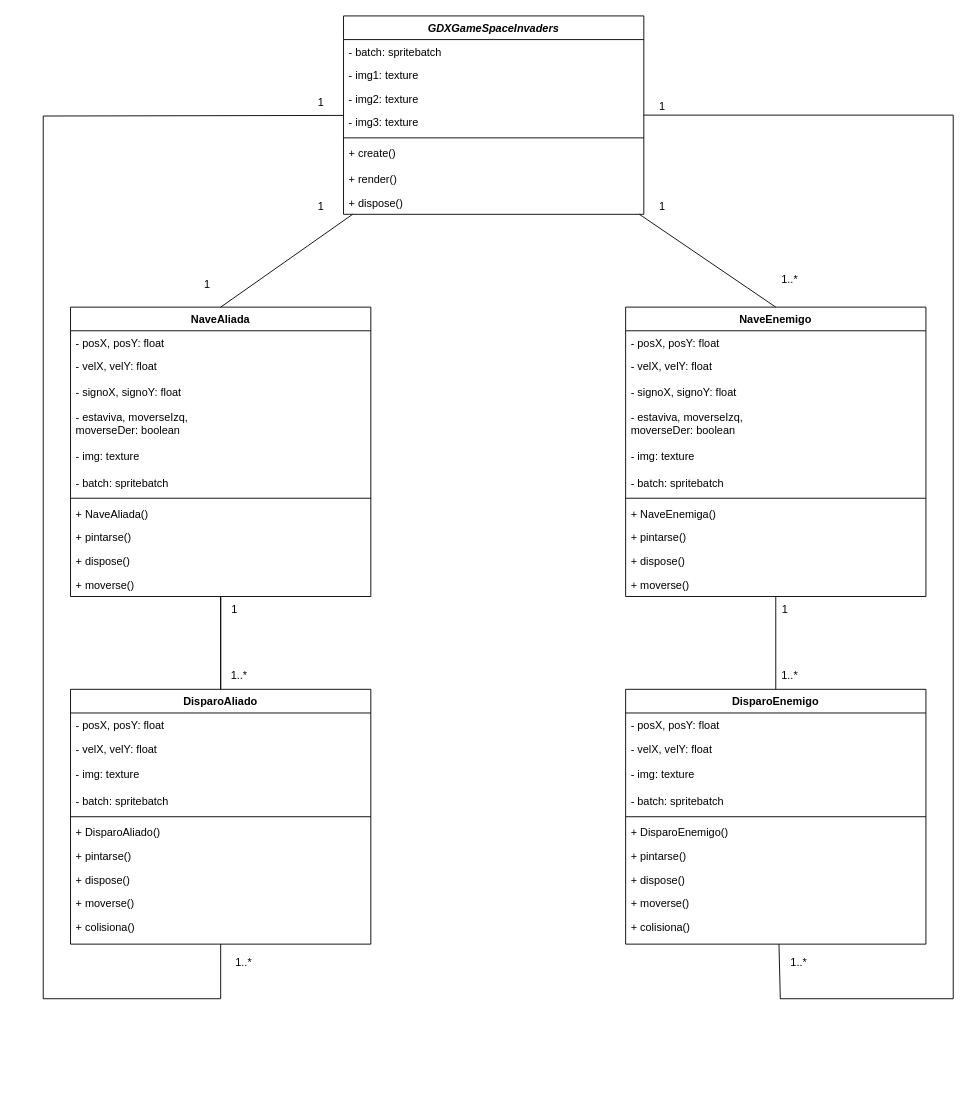
Earlier version of the draw.io diagram Diagramas/DiagramaClasesSpaceInvaders.drawio (FranBuenoBerlanga/SpaceInvadersSCRUM). Source tidied: cells renumbered, new cells numbered last; positions are measured from the earlier drawing's top-left corner, leaving out a move shared by most shapes. Both pictures are drawn from the tidied source at 91%, with x=0, y=0 at pixel (43, 15).
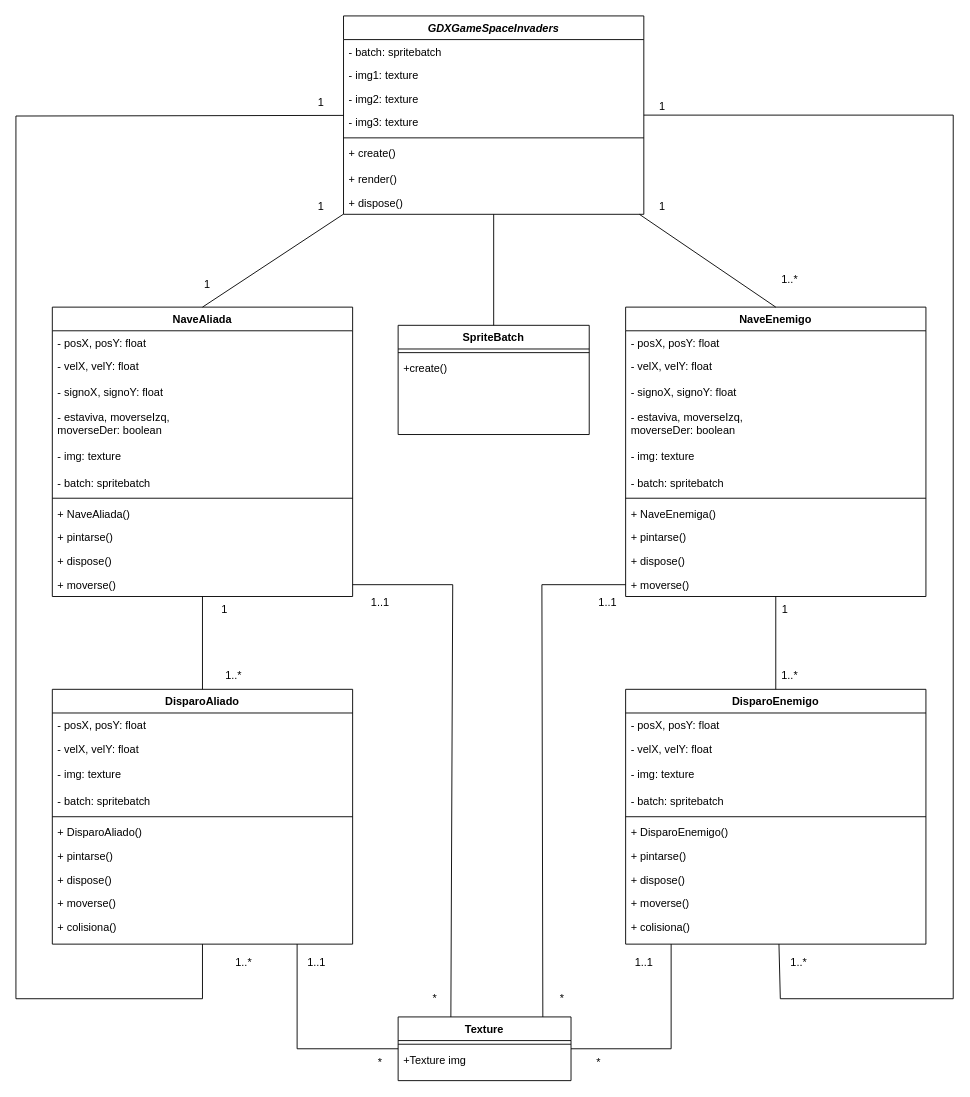
The same diagram, later.

Commit message:
Actualizacion diagrama de clases y obejetos, SpaceInvaders

Unchanged cells that the change refers to:
```xml
<mxCell id="2" value="GDXGameSpaceInvaders" style="swimlane;fontStyle=3;align=center;verticalAlign=top;horizontal=1;startSize=26;rounded=0;shadow=0;strokeWidth=1;" parent="1" vertex="1">
  <mxGeometry x="330" width="330" height="218" as="geometry" />
</mxCell>
<mxCell id="22" value="+ moverse()" style="text;align=left;verticalAlign=top;spacingLeft=4;spacingRight=4;overflow=hidden;points=[[0,0.5],[1,0.5]];portConstraint=eastwest;" parent="11" vertex="1">
  <mxGeometry y="292" width="330" height="26" as="geometry" />
</mxCell>
<mxCell id="34" value="+ moverse()" style="text;align=left;verticalAlign=top;spacingLeft=4;spacingRight=4;overflow=hidden;points=[[0,0.5],[1,0.5]];portConstraint=eastwest;" parent="23" vertex="1">
  <mxGeometry y="292" width="330" height="26" as="geometry" />
</mxCell>
```

Diff of the diagram source:
```diff
@@
     <mxCell id="11" value="NaveAliada" style="swimlane;fontStyle=1;align=center;verticalAlign=top;horizontal=1;startSize=26;rounded=0;shadow=0;strokeWidth=1;" parent="1" vertex="1">
-      <mxGeometry x="30" y="320" width="330" height="318" as="geometry" />
+      <mxGeometry x="10" y="320" width="330" height="318" as="geometry" />
     </mxCell>
@@
     <mxCell id="35" value="DisparoAliado" style="swimlane;fontStyle=1;align=center;verticalAlign=top;horizontal=1;startSize=26;rounded=0;shadow=0;strokeWidth=1;" parent="1" vertex="1">
-      <mxGeometry x="30" y="740" width="330" height="280" as="geometry" />
+      <mxGeometry x="10" y="740" width="330" height="280" as="geometry" />
     </mxCell>
@@
     <mxCell id="58" value="1..*" style="text;html=1;align=center;verticalAlign=middle;strokeColor=none;fillColor=none;" parent="1" vertex="1">
-      <mxGeometry x="195" y="710" width="40" height="30" as="geometry" />
+      <mxGeometry x="189" y="710" width="40" height="30" as="geometry" />
     </mxCell>
     <mxCell id="59" value="1" style="text;html=1;align=center;verticalAlign=middle;strokeColor=none;fillColor=none;" parent="1" vertex="1">
-      <mxGeometry x="195" y="638" width="30" height="30" as="geometry" />
+      <mxGeometry x="184" y="638" width="30" height="30" as="geometry" />
     </mxCell>
@@
-    <mxCell id="64" style="endArrow=none;html=1;rounded=0;exitX=0.5;exitY=0;exitDx=0;exitDy=0;" parent="1" edge="1">
-      <mxGeometry relative="1" as="geometry">
-        <mxPoint x="195" y="740" as="sourcePoint" />
-        <mxPoint x="195" y="638" as="targetPoint" />
-      </mxGeometry>
-    </mxCell>
@@
     <mxCell id="68" style="endArrow=none;html=1;rounded=0;exitX=0.5;exitY=1;exitDx=0;exitDy=0;" parent="1" edge="1" source="35" target="2">
       <mxGeometry relative="1" as="geometry">
         <Array as="points">
-          <mxPoint x="195" y="1080" />
-          <mxPoint y="1080" />
-          <mxPoint y="110" />
+          <mxPoint x="175" y="1080" />
+          <mxPoint x="-30" y="1080" />
+          <mxPoint x="-30" y="110" />
         </Array>
       </mxGeometry>
     </mxCell>
@@
+    <mxCell id="76" value="SpriteBatch" style="swimlane;fontStyle=1;align=center;verticalAlign=top;horizontal=1;startSize=26;rounded=0;shadow=0;strokeWidth=1;" parent="1" vertex="1">
+      <mxGeometry x="390" y="340" width="210" height="120" as="geometry" />
+    </mxCell>
+    <mxCell id="77" style="line;html=1;strokeWidth=1;align=left;verticalAlign=middle;spacingTop=-1;spacingLeft=3;spacingRight=3;labelPosition=right;" parent="76" vertex="1">
+      <mxGeometry y="26" width="210" height="8" as="geometry" />
+    </mxCell>
+    <mxCell id="78" value="+create()" style="text;align=left;verticalAlign=top;spacingLeft=4;spacingRight=4;overflow=hidden;" parent="76" vertex="1">
+      <mxGeometry y="34" width="210" height="26" as="geometry" />
+    </mxCell>
+    <mxCell id="79" value="Texture" style="swimlane;fontStyle=1;align=center;verticalAlign=top;horizontal=1;startSize=26;rounded=0;shadow=0;strokeWidth=1;" parent="1" vertex="1">
+      <mxGeometry x="390" y="1100" width="190" height="70" as="geometry" />
+    </mxCell>
+    <mxCell id="80" style="line;html=1;strokeWidth=1;align=left;verticalAlign=middle;spacingTop=-1;spacingLeft=3;spacingRight=3;labelPosition=right;" parent="79" vertex="1">
+      <mxGeometry y="26" width="190" height="8" as="geometry" />
+    </mxCell>
+    <mxCell id="81" value="+Texture img" style="text;align=left;verticalAlign=top;spacingLeft=4;spacingRight=4;overflow=hidden;" parent="79" vertex="1">
+      <mxGeometry y="34" width="190" height="26" as="geometry" />
+    </mxCell>
+    <mxCell id="82" style="endArrow=none;html=1;rounded=0;exitX=0.5;exitY=0;exitDx=0;exitDy=0;" parent="1" edge="1" source="76" target="2">
+      <mxGeometry relative="1" as="geometry" />
+    </mxCell>
+    <mxCell id="83" style="endArrow=none;html=1;rounded=0;exitX=1;exitY=0.5;exitDx=0;exitDy=0;" parent="1" edge="1" source="79">
+      <mxGeometry relative="1" as="geometry">
+        <mxPoint x="690" y="1020" as="targetPoint" />
+        <Array as="points">
+          <mxPoint x="690" y="1135" />
+        </Array>
+      </mxGeometry>
+    </mxCell>
+    <mxCell id="84" style="endArrow=none;html=1;rounded=0;exitX=0;exitY=0.5;exitDx=0;exitDy=0;" parent="1" edge="1" source="79">
+      <mxGeometry relative="1" as="geometry">
+        <mxPoint x="279" y="1020" as="targetPoint" />
+        <Array as="points">
+          <mxPoint x="279" y="1135" />
+        </Array>
+      </mxGeometry>
+    </mxCell>
+    <mxCell id="85" style="endArrow=none;html=1;rounded=0;entryX=1;entryY=0.5;entryDx=0;entryDy=0;exitX=0.305;exitY=0;exitDx=0;exitDy=0;exitPerimeter=0;" parent="1" edge="1" source="79" target="22">
+      <mxGeometry relative="1" as="geometry">
+        <Array as="points">
+          <mxPoint x="450" y="625" />
+        </Array>
+      </mxGeometry>
+    </mxCell>
+    <mxCell id="86" style="endArrow=none;html=1;rounded=0;exitX=0.837;exitY=0;exitDx=0;exitDy=0;exitPerimeter=0;entryX=0;entryY=0.5;entryDx=0;entryDy=0;" parent="1" edge="1" source="79" target="34">
+      <mxGeometry relative="1" as="geometry">
+        <Array as="points">
+          <mxPoint x="548" y="625" />
+        </Array>
+      </mxGeometry>
+    </mxCell>
+    <mxCell id="87" value="1..1" style="text;html=1;align=center;verticalAlign=middle;strokeColor=none;fillColor=none;" parent="1" vertex="1">
+      <mxGeometry x="640" y="1025" width="40" height="30" as="geometry" />
+    </mxCell>
+    <mxCell id="88" value="1..1" style="text;html=1;align=center;verticalAlign=middle;strokeColor=none;fillColor=none;" parent="1" vertex="1">
+      <mxGeometry x="280" y="1025" width="40" height="30" as="geometry" />
+    </mxCell>
+    <mxCell id="89" value="1..1" style="text;html=1;align=center;verticalAlign=middle;strokeColor=none;fillColor=none;" parent="1" vertex="1">
+      <mxGeometry x="600" y="630" width="40" height="30" as="geometry" />
+    </mxCell>
+    <mxCell id="90" value="1..1" style="text;html=1;align=center;verticalAlign=middle;strokeColor=none;fillColor=none;" parent="1" vertex="1">
+      <mxGeometry x="350" y="630" width="40" height="30" as="geometry" />
+    </mxCell>
+    <mxCell id="91" value="*" style="text;html=1;align=center;verticalAlign=middle;strokeColor=none;fillColor=none;" parent="1" vertex="1">
+      <mxGeometry x="595" y="1135" width="30" height="30" as="geometry" />
+    </mxCell>
+    <mxCell id="92" value="*" style="text;html=1;align=center;verticalAlign=middle;strokeColor=none;fillColor=none;" parent="1" vertex="1">
+      <mxGeometry x="555" y="1065" width="30" height="30" as="geometry" />
+    </mxCell>
+    <mxCell id="93" value="*" style="text;html=1;align=center;verticalAlign=middle;strokeColor=none;fillColor=none;" parent="1" vertex="1">
+      <mxGeometry x="415" y="1065" width="30" height="30" as="geometry" />
+    </mxCell>
+    <mxCell id="94" value="*" style="text;html=1;align=center;verticalAlign=middle;strokeColor=none;fillColor=none;" parent="1" vertex="1">
+      <mxGeometry x="355" y="1135" width="30" height="30" as="geometry" />
+    </mxCell>
```
